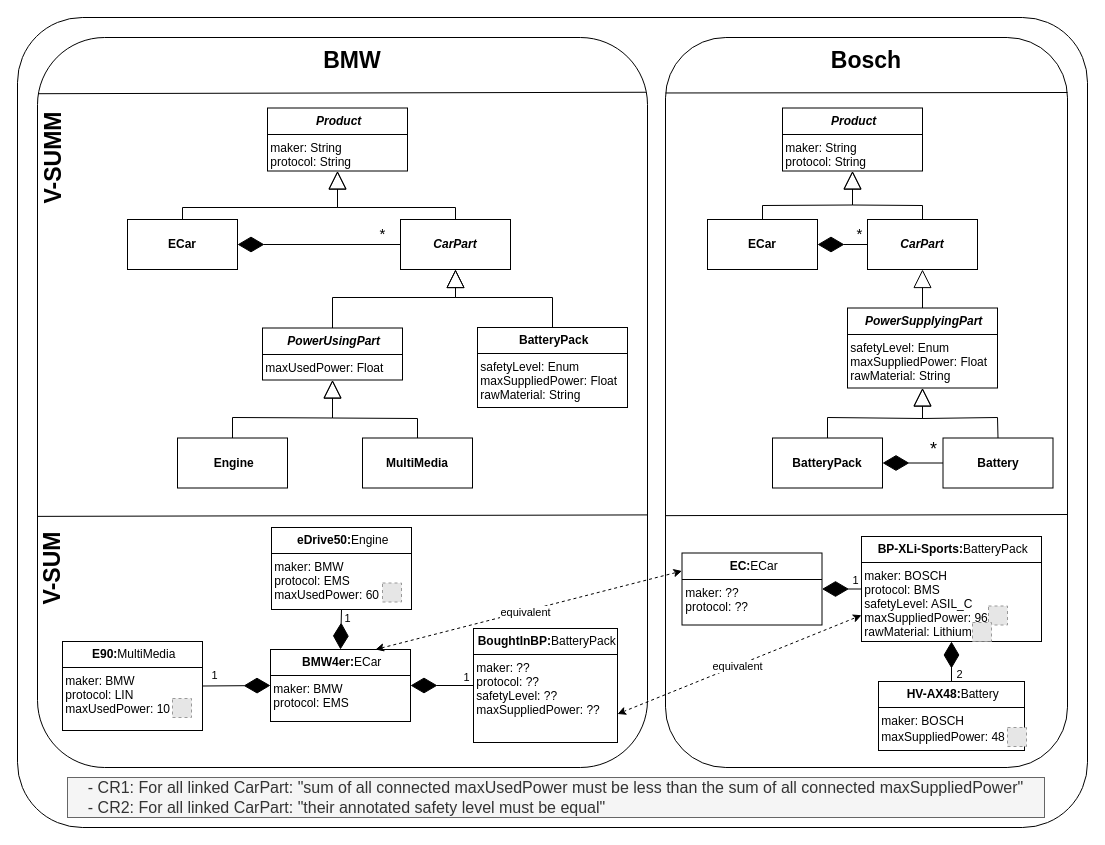
Above: B01-MVE-Poster.drawio in Mohammad-Si/convide-B01-MVE (draw.io), before the change. Source tidied: cells renumbered, new cells numbered last; positions are measured from the earlier drawing's top-left corner, leaving out a move shared by most shapes. Both pictures are drawn from the tidied source at 100%, with x=0, y=0 at pixel (17, 17). Pictures stored in the file or linked from it are replaced by grey dashed boxes.
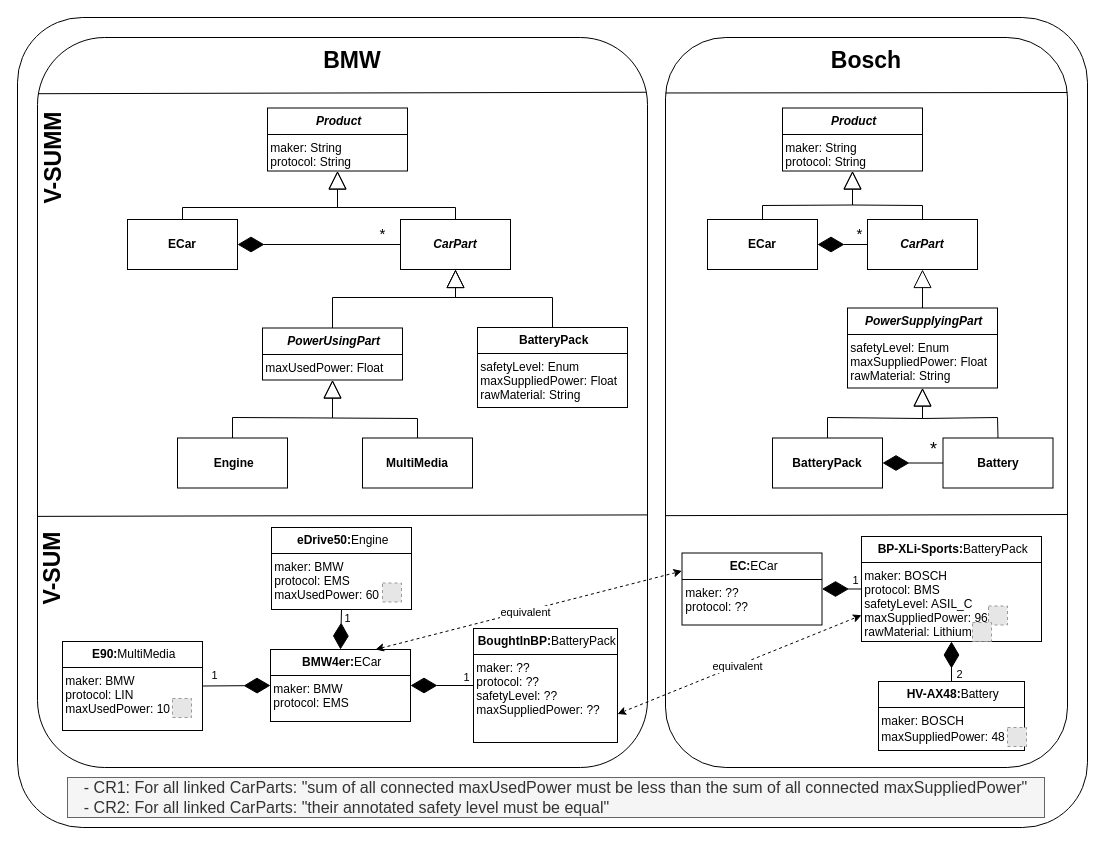
Above is the later version.

What changed in the source:
```diff
@@
-    <mxCell id="65" value="&lt;span style=&quot;color: rgb(51, 51, 51); text-align: left;&quot;&gt;- CR1: For all linked CarPart: &quot;sum of all connected maxUsedPower must be less than the sum of all connected maxSuppliedPower&quot;&lt;/span&gt;&lt;div style=&quot;color: rgb(51, 51, 51); text-align: left;&quot;&gt;- CR2:&amp;nbsp;&lt;span style=&quot;background-color: initial;&quot;&gt;For all linked&amp;nbsp;&lt;/span&gt;CarPart&lt;span style=&quot;background-color: initial;&quot;&gt;:&lt;/span&gt;&lt;span style=&quot;background-color: initial;&quot;&gt;&amp;nbsp;&quot;their annotated safety level must be equal&quot;&lt;/span&gt;&lt;/div&gt;" style="text;html=1;align=center;verticalAlign=middle;whiteSpace=wrap;rounded=0;fontSize=16;fillColor=#f5f5f5;fontColor=#333333;strokeColor=#666666;" parent="1" vertex="1">
+    <mxCell id="65" value="&lt;span style=&quot;color: rgb(51, 51, 51); text-align: left;&quot;&gt;- CR1: For all linked CarParts: &quot;sum of all connected maxUsedPower must be less than the sum of all connected maxSuppliedPower&quot;&lt;/span&gt;&lt;div style=&quot;color: rgb(51, 51, 51); text-align: left;&quot;&gt;- CR2:&amp;nbsp;&lt;span style=&quot;background-color: initial;&quot;&gt;For all linked&amp;nbsp;&lt;/span&gt;CarParts&lt;span style=&quot;background-color: initial;&quot;&gt;:&lt;/span&gt;&lt;span style=&quot;background-color: initial;&quot;&gt;&amp;nbsp;&quot;their annotated safety level must be equal&quot;&lt;/span&gt;&lt;/div&gt;" style="text;html=1;align=center;verticalAlign=middle;whiteSpace=wrap;rounded=0;fontSize=16;fillColor=#f5f5f5;fontColor=#333333;strokeColor=#666666;" parent="1" vertex="1">
       <mxGeometry x="50" y="760" width="977" height="40" as="geometry" />
     </mxCell>
```
